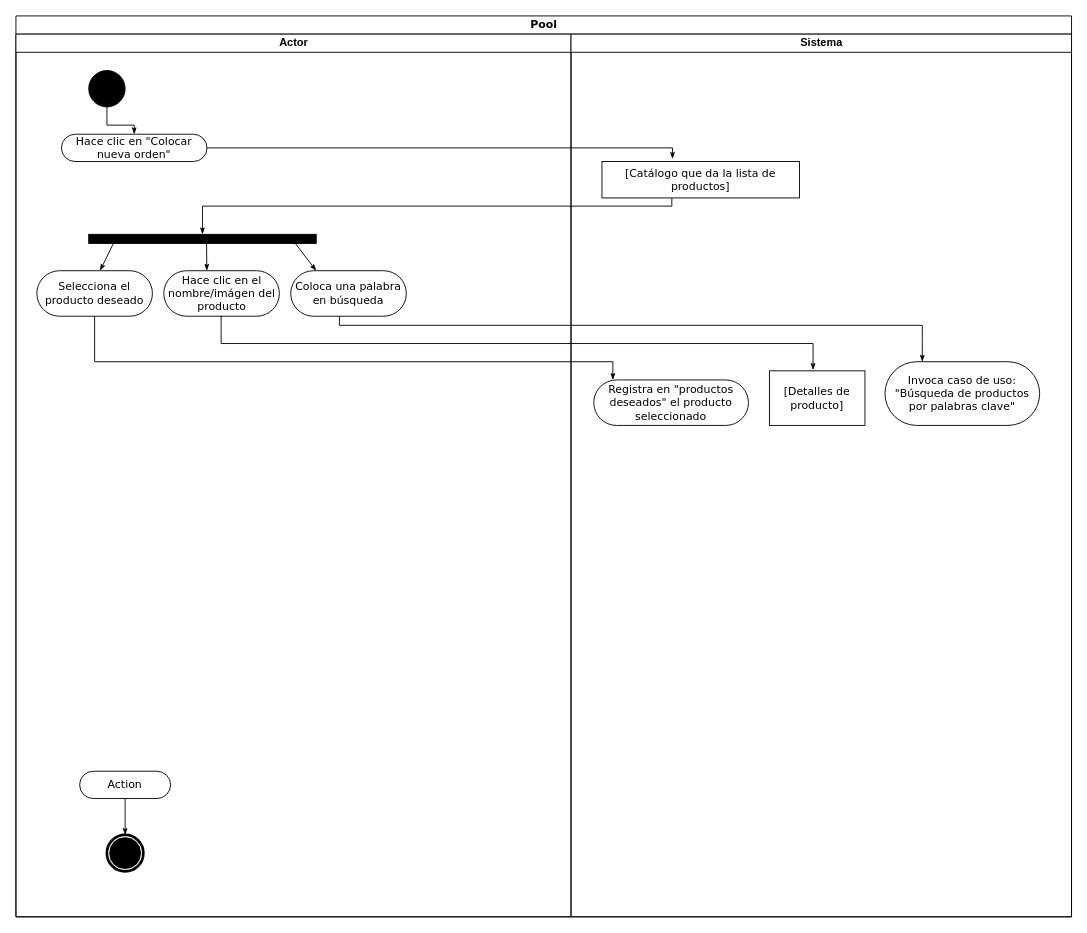
Above: Taller diagrama de actividades.drawio in NeutronBlast/IS-Ex (draw.io), before the change. Source tidied: cells renumbered, new cells numbered last; positions are measured from the earlier drawing's top-left corner, leaving out a move shared by most shapes. Both pictures are drawn from the tidied source at 91%, with x=0, y=0 at pixel (15, 15).
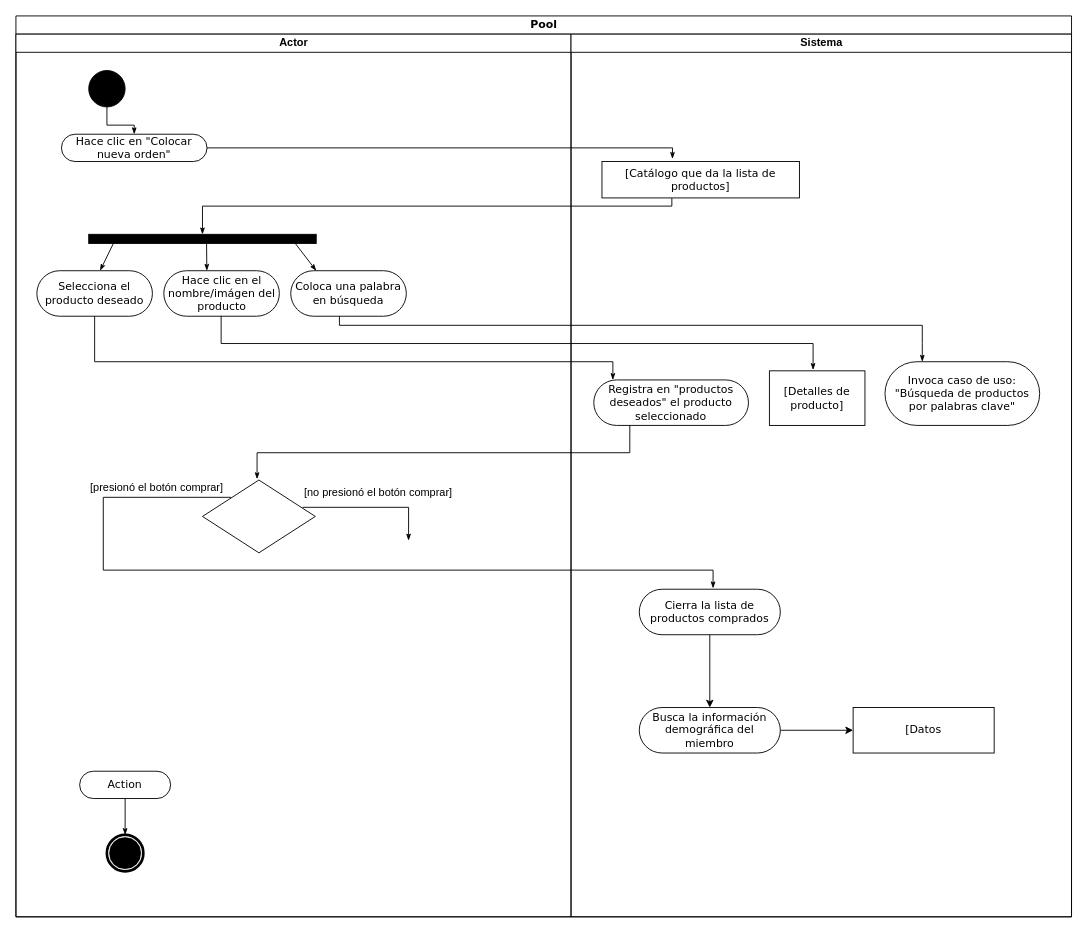
Above is the later version.

The change refers to these unchanged cells:
```xml
<mxCell id="5" value="Actor" style="swimlane;html=1;startSize=20;" parent="2" vertex="1">
  <mxGeometry y="20" width="610" height="970" as="geometry" />
</mxCell>
<mxCell id="22" value="Sistema&lt;br&gt;" style="swimlane;html=1;startSize=20;" parent="2" vertex="1">
  <mxGeometry x="610" y="20" width="550" height="970" as="geometry" />
</mxCell>
```

The edit, as a diff of the source:
```diff
@@
+    <mxCell id="27" style="rhombus;whiteSpace=wrap;html=1;rounded=0;" parent="5" vertex="1">
+      <mxGeometry x="205" y="490" width="124" height="80" as="geometry" />
+    </mxCell>
+    <mxCell id="28" style="edgeStyle=orthogonalEdgeStyle;rounded=0;html=1;labelBackgroundColor=none;startArrow=none;startFill=0;startSize=5;endArrow=classicThin;endFill=1;endSize=5;jettySize=auto;strokeColor=#000000;strokeWidth=1;fontFamily=Verdana;fontSize=12;fontColor=#000000;exitX=0;exitY=0;exitDx=0;exitDy=0;" parent="5" edge="1" source="27">
+      <mxGeometry relative="1" as="geometry">
+        <mxPoint x="766.1" y="609" as="targetPoint" />
+        <Array as="points">
+          <mxPoint x="96" y="509" />
+          <mxPoint x="96" y="589" />
+          <mxPoint x="766" y="589" />
+        </Array>
+      </mxGeometry>
+    </mxCell>
+    <mxCell id="29" value="[presionó el botón comprar]" style="text;html=1;align=left;verticalAlign=top;spacingTop=-4;" parent="5" vertex="1">
+      <mxGeometry x="80" y="489" width="160" height="20" as="geometry" />
+    </mxCell>
@@
+    <mxCell id="30" style="edgeStyle=orthogonalEdgeStyle;rounded=0;html=1;labelBackgroundColor=none;startArrow=none;startFill=0;startSize=5;endArrow=classicThin;endFill=1;endSize=5;jettySize=auto;orthogonalLoop=1;strokeColor=#000000;strokeWidth=1;fontFamily=Verdana;fontSize=12;fontColor=#000000;" parent="22" edge="1">
+      <mxGeometry relative="1" as="geometry">
+        <mxPoint x="64.6" y="430" as="sourcePoint" />
+        <mxPoint x="-345" y="489" as="targetPoint" />
+        <Array as="points">
+          <mxPoint x="64" y="460" />
+          <mxPoint x="-345" y="460" />
+          <mxPoint x="-345" y="489" />
+        </Array>
+      </mxGeometry>
+    </mxCell>
+    <mxCell id="31" style="edgeStyle=orthogonalEdgeStyle;rounded=0;jettySize=auto;html=1;" parent="22" edge="1" source="32" target="34">
+      <mxGeometry relative="1" as="geometry" />
+    </mxCell>
+    <mxCell id="32" value="Cierra la lista de productos comprados" style="rounded=1;whiteSpace=wrap;html=1;shadow=0;comic=0;labelBackgroundColor=none;strokeColor=#000000;strokeWidth=1;fillColor=#ffffff;fontFamily=Verdana;fontSize=12;fontColor=#000000;align=center;arcSize=50;" parent="22" vertex="1">
+      <mxGeometry x="75" y="610" width="155" height="50" as="geometry" />
+    </mxCell>
+    <mxCell id="33" style="edgeStyle=orthogonalEdgeStyle;rounded=0;jettySize=auto;html=1;" parent="22" edge="1" source="34" target="35">
+      <mxGeometry relative="1" as="geometry" />
+    </mxCell>
+    <mxCell id="34" value="Busca la información demográfica del miembro" style="rounded=1;whiteSpace=wrap;html=1;shadow=0;comic=0;labelBackgroundColor=none;strokeColor=#000000;strokeWidth=1;fillColor=#ffffff;fontFamily=Verdana;fontSize=12;fontColor=#000000;align=center;arcSize=50;" parent="22" vertex="1">
+      <mxGeometry x="75" y="740" width="155" height="50" as="geometry" />
+    </mxCell>
+    <mxCell id="35" value="[Datos" style="rounded=0;whiteSpace=wrap;html=1;shadow=0;comic=0;labelBackgroundColor=none;strokeColor=#000000;strokeWidth=1;fillColor=#ffffff;fontFamily=Verdana;fontSize=12;fontColor=#000000;align=center;arcSize=50;" parent="22" vertex="1">
+      <mxGeometry x="310" y="740" width="155" height="50" as="geometry" />
+    </mxCell>
+    <mxCell id="36" style="edgeStyle=orthogonalEdgeStyle;rounded=0;html=1;labelBackgroundColor=none;startArrow=none;startFill=0;startSize=5;endArrow=classicThin;endFill=1;endSize=5;jettySize=auto;orthogonalLoop=1;strokeColor=#000000;strokeWidth=1;fontFamily=Verdana;fontSize=12;fontColor=#000000;" parent="1" edge="1">
+      <mxGeometry relative="1" as="geometry">
+        <mxPoint x="315" y="540" as="sourcePoint" />
+        <mxPoint x="431.5" y="576.5" as="targetPoint" />
+        <Array as="points">
+          <mxPoint x="431.5" y="540.5" />
+        </Array>
+      </mxGeometry>
+    </mxCell>
+    <mxCell id="37" value="[no presionó el botón comprar]&lt;br&gt;&lt;br&gt;" style="text;html=1;align=left;verticalAlign=top;spacingTop=-4;" parent="1" vertex="1">
+      <mxGeometry x="315" y="514" width="180" height="30" as="geometry" />
+    </mxCell>
```
